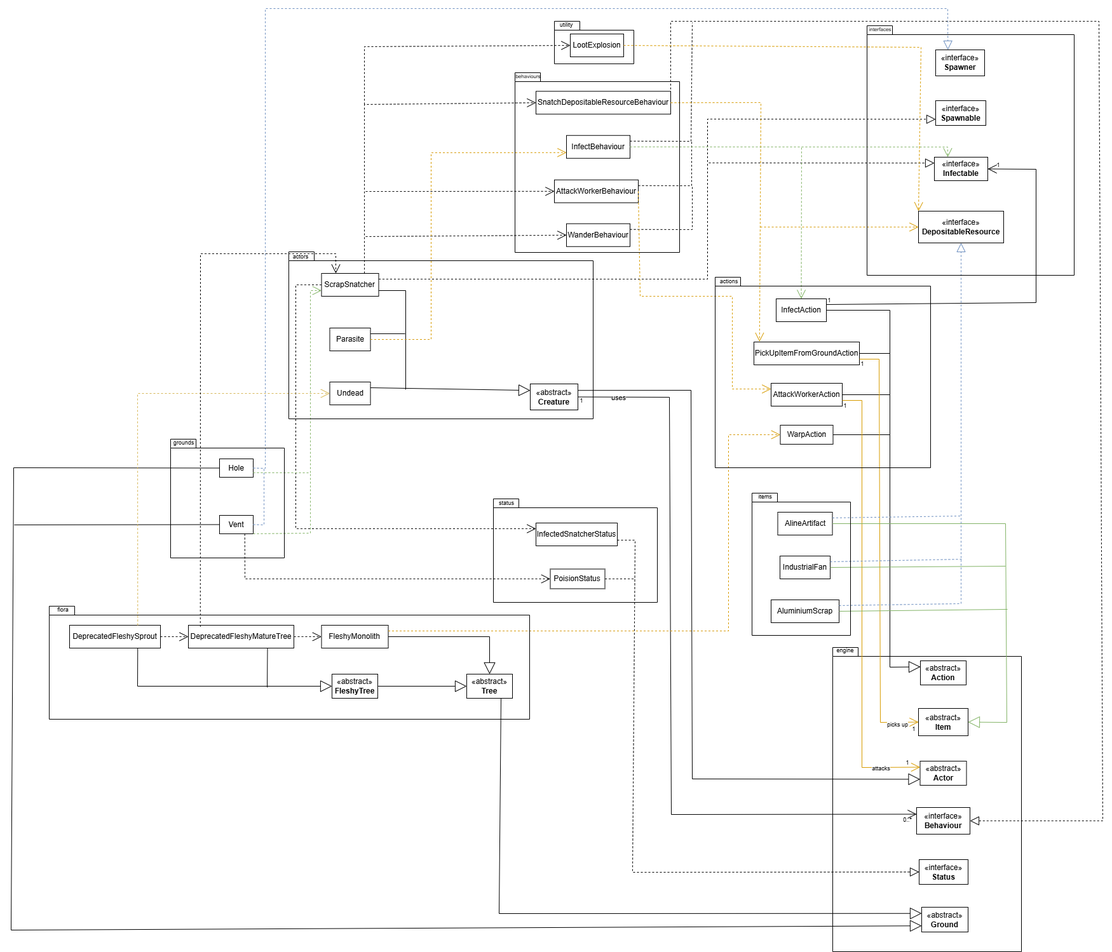
This is docs/design/ass3/REQ2-uml.png from ennn05/Garbage-Collector-Inc., a draw.io export, as it was before one commit. Source tidied: cells renumbered, new cells last; positions are measured from the earlier drawing's top-left corner, leaving out a move shared by most shapes.
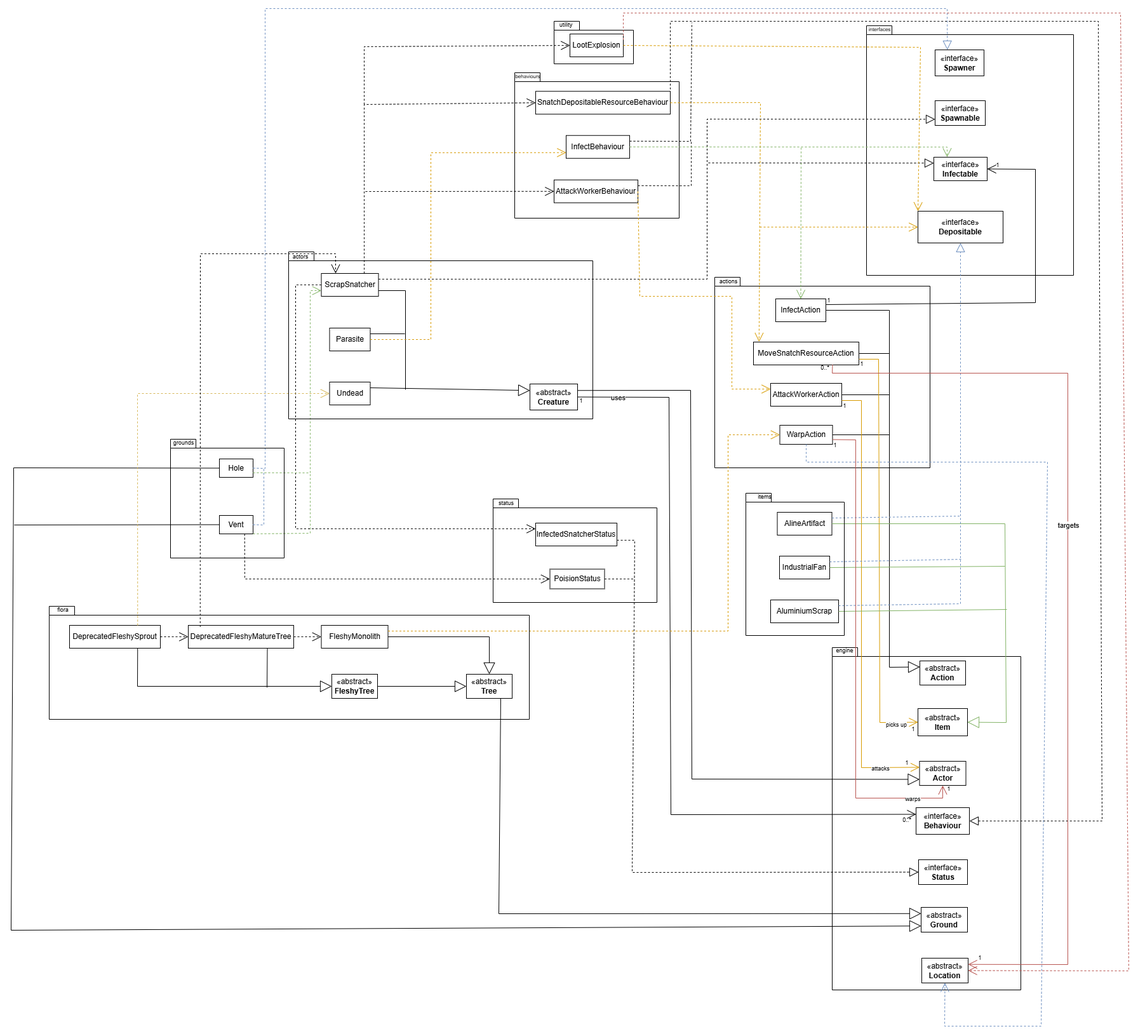
Later version of the same file.

Commit message:
Edit uml for ass3-req2

Change to the diagram source:
```diff
@@ -3,8 +3,20 @@
     <mxCell id="0" />
     <mxCell id="1" parent="0" />
     <mxCell id="2" style="shape=folder;fontStyle=1;spacingTop=10;tabWidth=40;tabHeight=14;tabPosition=left;html=1;whiteSpace=wrap;fillColor=none;" parent="1" vertex="1">
-      <mxGeometry x="1293" y="1006" width="297" height="479" as="geometry" />
+      <mxGeometry x="1293" y="1006" width="297" height="539" as="geometry" />
     </mxCell>
+    <mxCell id="121" style="shape=folder;fontStyle=1;spacingTop=10;tabWidth=40;tabHeight=14;tabPosition=left;html=1;whiteSpace=wrap;fillColor=none;" parent="1" vertex="1">
+      <mxGeometry x="855" y="20" width="125" height="67" as="geometry" />
+    </mxCell>
+    <mxCell id="109" style="shape=folder;fontStyle=1;spacingTop=10;tabWidth=40;tabHeight=14;tabPosition=left;html=1;whiteSpace=wrap;fillColor=none;" parent="1" vertex="1">
+      <mxGeometry x="793" y="101" width="259" height="229" as="geometry" />
+    </mxCell>
+    <mxCell id="111" style="shape=folder;fontStyle=1;spacingTop=10;tabWidth=40;tabHeight=14;tabPosition=left;html=1;whiteSpace=wrap;fillColor=none;" parent="1" vertex="1">
+      <mxGeometry x="1108" y="423" width="339" height="300" as="geometry" />
+    </mxCell>
+    <mxCell id="105" style="shape=folder;fontStyle=1;spacingTop=10;tabWidth=40;tabHeight=14;tabPosition=left;html=1;whiteSpace=wrap;fillColor=none;" parent="1" vertex="1">
+      <mxGeometry x="1347" y="27" width="326" height="393" as="geometry" />
+    </mxCell>
     <mxCell id="3" value="«abstract»&lt;br&gt;&lt;b&gt;Actor&lt;/b&gt;" style="html=1;whiteSpace=wrap;" parent="1" vertex="1">
       <mxGeometry x="1430.5" y="1185" width="73" height="38" as="geometry" />
     </mxCell>
@@ -23,7 +35,7 @@
     <mxCell id="8" value="«interface»&lt;br&gt;&lt;b&gt;Status&lt;/b&gt;" style="html=1;whiteSpace=wrap;" parent="1" vertex="1">
       <mxGeometry x="1429" y="1340" width="77" height="39" as="geometry" />
     </mxCell>
-    <mxCell id="9" value="«interface»&lt;br&gt;&lt;b&gt;DepositableResource&lt;/b&gt;" style="html=1;whiteSpace=wrap;" parent="1" vertex="1">
+    <mxCell id="9" value="«interface»&lt;br&gt;&lt;b&gt;Depositable&lt;/b&gt;" style="html=1;whiteSpace=wrap;" parent="1" vertex="1">
       <mxGeometry x="1428" y="319" width="134" height="50" as="geometry" />
     </mxCell>
     <mxCell id="10" value="«interface»&lt;br&gt;&lt;b&gt;Spawnable&lt;/b&gt;" style="html=1;whiteSpace=wrap;" parent="1" vertex="1">
@@ -47,9 +59,6 @@
     <mxCell id="16" value="ScrapSnatcher" style="html=1;whiteSpace=wrap;" parent="1" vertex="1">
       <mxGeometry x="488.5" y="417" width="90" height="36" as="geometry" />
     </mxCell>
-    <mxCell id="17" value="WanderBehaviour" style="html=1;whiteSpace=wrap;" parent="1" vertex="1">
-      <mxGeometry x="874" y="338.8" width="100" height="36" as="geometry" />
-    </mxCell>
     <mxCell id="18" value="AttackWorkerBehaviour" style="html=1;whiteSpace=wrap;" parent="1" vertex="1">
       <mxGeometry x="855" y="269.8" width="132" height="36" as="geometry" />
     </mxCell>
@@ -59,7 +68,7 @@
     <mxCell id="20" value="SnatchDepositableResourceBehaviour" style="html=1;whiteSpace=wrap;" parent="1" vertex="1">
       <mxGeometry x="826" y="130.2" width="212" height="36" as="geometry" />
     </mxCell>
-    <mxCell id="21" value="PickUpItemFromGroundAction" style="html=1;whiteSpace=wrap;" parent="1" vertex="1">
+    <mxCell id="21" value="MoveSnatchResourceAction" style="html=1;whiteSpace=wrap;" parent="1" vertex="1">
       <mxGeometry x="1169" y="525" width="166" height="36" as="geometry" />
     </mxCell>
     <mxCell id="22" value="AttackWorkerAction" style="html=1;whiteSpace=wrap;" parent="1" vertex="1">
@@ -171,11 +180,6 @@
         </Array>
       </mxGeometry>
     </mxCell>
-    <mxCell id="49" style="endArrow=open;endSize=12;dashed=1;html=1;rounded=0;entryX=0;entryY=0.5;entryDx=0;entryDy=0;" parent="1" edge="1" target="17">
-      <mxGeometry relative="1" as="geometry">
-        <mxPoint x="558" y="359" as="sourcePoint" />
-      </mxGeometry>
-    </mxCell>
     <mxCell id="50" style="endArrow=open;endSize=12;dashed=1;html=1;rounded=0;entryX=0;entryY=0.5;entryDx=0;entryDy=0;" parent="1" edge="1" target="18">
       <mxGeometry relative="1" as="geometry">
         <mxPoint x="558" y="288" as="sourcePoint" />
@@ -222,14 +226,6 @@
         </Array>
       </mxGeometry>
     </mxCell>
-    <mxCell id="56" style="endArrow=none;dashed=1;endFill=0;endSize=12;html=1;rounded=0;exitX=1;exitY=0.25;exitDx=0;exitDy=0;" parent="1" edge="1" source="17">
-      <mxGeometry relative="1" as="geometry">
-        <mxPoint x="1072" y="279" as="targetPoint" />
-        <Array as="points">
-          <mxPoint x="1072" y="348" />
-        </Array>
-      </mxGeometry>
-    </mxCell>
     <mxCell id="57" style="endArrow=open;endSize=12;dashed=1;html=1;rounded=0;exitX=1;exitY=0.5;exitDx=0;exitDy=0;fillColor=#ffe6cc;strokeColor=#d79b00;entryX=0.053;entryY=-0.011;entryDx=0;entryDy=0;entryPerimeter=0;" parent="1" edge="1" source="20" target="21">
       <mxGeometry relative="1" as="geometry">
         <Array as="points">
@@ -511,9 +507,6 @@
     <mxCell id="104" value="&lt;font style=&quot;font-size: 9px;&quot;&gt;engine&lt;/font&gt;" style="text;html=1;whiteSpace=wrap;strokeColor=none;fillColor=none;align=center;verticalAlign=middle;rounded=0;" parent="1" vertex="1">
       <mxGeometry x="1283" y="995" width="60" height="30" as="geometry" />
     </mxCell>
-    <mxCell id="105" style="shape=folder;fontStyle=1;spacingTop=10;tabWidth=40;tabHeight=14;tabPosition=left;html=1;whiteSpace=wrap;fillColor=none;" parent="1" vertex="1">
-      <mxGeometry x="1347" y="27" width="326" height="393" as="geometry" />
-    </mxCell>
     <mxCell id="106" value="&lt;font style=&quot;font-size: 8px;&quot;&gt;interfaces&lt;/font&gt;" style="text;html=1;whiteSpace=wrap;strokeColor=none;fillColor=none;align=center;verticalAlign=middle;rounded=0;" parent="1" vertex="1">
       <mxGeometry x="1338" y="17" width="60" height="30" as="geometry" />
     </mxCell>
@@ -523,15 +516,9 @@
     <mxCell id="108" value="&lt;font style=&quot;font-size: 9px;&quot;&gt;actors&lt;/font&gt;" style="text;html=1;whiteSpace=wrap;strokeColor=none;fillColor=none;align=center;verticalAlign=middle;rounded=0;" parent="1" vertex="1">
       <mxGeometry x="426" y="374.8" width="60" height="30" as="geometry" />
     </mxCell>
-    <mxCell id="109" style="shape=folder;fontStyle=1;spacingTop=10;tabWidth=40;tabHeight=14;tabPosition=left;html=1;whiteSpace=wrap;fillColor=none;" parent="1" vertex="1">
-      <mxGeometry x="793" y="101" width="259" height="283" as="geometry" />
-    </mxCell>
     <mxCell id="110" value="&lt;font style=&quot;font-size: 8px;&quot;&gt;behaviours&lt;/font&gt;" style="text;html=1;whiteSpace=wrap;strokeColor=none;fillColor=none;align=center;verticalAlign=middle;rounded=0;" parent="1" vertex="1">
       <mxGeometry x="784" y="91" width="60" height="30" as="geometry" />
     </mxCell>
-    <mxCell id="111" style="shape=folder;fontStyle=1;spacingTop=10;tabWidth=40;tabHeight=14;tabPosition=left;html=1;whiteSpace=wrap;fillColor=none;" parent="1" vertex="1">
-      <mxGeometry x="1108" y="423" width="339" height="300" as="geometry" />
-    </mxCell>
     <mxCell id="112" value="&lt;font style=&quot;font-size: 9px;&quot;&gt;actions&lt;/font&gt;" style="text;html=1;whiteSpace=wrap;strokeColor=none;fillColor=none;align=center;verticalAlign=middle;rounded=0;" parent="1" vertex="1">
       <mxGeometry x="1100" y="414" width="60" height="30" as="geometry" />
     </mxCell>
@@ -554,16 +541,71 @@
       <mxGeometry x="52" y="931" width="60" height="30" as="geometry" />
     </mxCell>
     <mxCell id="119" style="shape=folder;fontStyle=1;spacingTop=10;tabWidth=40;tabHeight=14;tabPosition=left;html=1;whiteSpace=wrap;fillColor=none;" parent="1" vertex="1">
-      <mxGeometry x="1166" y="763" width="155" height="224" as="geometry" />
+      <mxGeometry x="1157" y="763" width="155" height="224" as="geometry" />
     </mxCell>
     <mxCell id="120" value="&lt;font style=&quot;font-size: 9px;&quot;&gt;items&lt;/font&gt;" style="text;html=1;whiteSpace=wrap;strokeColor=none;fillColor=none;align=center;verticalAlign=middle;rounded=0;" parent="1" vertex="1">
       <mxGeometry x="1157" y="753" width="60" height="30" as="geometry" />
     </mxCell>
-    <mxCell id="121" style="shape=folder;fontStyle=1;spacingTop=10;tabWidth=40;tabHeight=14;tabPosition=left;html=1;whiteSpace=wrap;fillColor=none;" parent="1" vertex="1">
-      <mxGeometry x="855" y="20" width="125" height="67" as="geometry" />
-    </mxCell>
     <mxCell id="122" value="&lt;font style=&quot;font-size: 9px;&quot;&gt;utility&lt;/font&gt;" style="text;html=1;whiteSpace=wrap;strokeColor=none;fillColor=none;align=center;verticalAlign=middle;rounded=0;" parent="1" vertex="1">
       <mxGeometry x="844" y="10" width="60" height="30" as="geometry" />
     </mxCell>
+    <mxCell id="123" style="endArrow=open;endFill=1;endSize=12;html=1;rounded=0;exitX=1;exitY=0.75;exitDx=0;exitDy=0;entryX=0.5;entryY=1;entryDx=0;entryDy=0;fillColor=#f8cecc;strokeColor=#b85450;" parent="1" edge="1" source="24" target="3">
+      <mxGeometry relative="1" as="geometry">
+        <Array as="points">
+          <mxPoint x="1330" y="679" />
+          <mxPoint x="1330" y="1243" />
+          <mxPoint x="1467" y="1243" />
+        </Array>
+      </mxGeometry>
+    </mxCell>
+    <mxCell id="124" value="&lt;font style=&quot;font-size: 9px;&quot;&gt;warps&lt;/font&gt;" style="edgeLabel;html=1;align=center;verticalAlign=middle;" parent="123" vertex="1">
+      <mxGeometry x="0.82" relative="1" as="geometry" />
+    </mxCell>
+    <mxCell id="125" value="&lt;font style=&quot;font-size: 9px;&quot;&gt;1&lt;/font&gt;" style="text;html=1;whiteSpace=wrap;strokeColor=none;fillColor=none;align=center;verticalAlign=middle;rounded=0;" parent="1" vertex="1">
+      <mxGeometry x="1268" y="672" width="60" height="30" as="geometry" />
+    </mxCell>
+    <mxCell id="126" value="&lt;font style=&quot;font-size: 9px;&quot;&gt;1&lt;/font&gt;" style="text;html=1;whiteSpace=wrap;strokeColor=none;fillColor=none;align=center;verticalAlign=middle;rounded=0;" parent="1" vertex="1">
+      <mxGeometry x="1447" y="1213" width="60" height="30" as="geometry" />
+    </mxCell>
+    <mxCell id="127" value="«abstract»&lt;br&gt;&lt;b&gt;Location&lt;/b&gt;" style="html=1;whiteSpace=wrap;" parent="1" vertex="1">
+      <mxGeometry x="1434" y="1495" width="73" height="39" as="geometry" />
+    </mxCell>
+    <mxCell id="128" style="endArrow=open;endSize=12;dashed=1;html=1;rounded=0;exitX=1;exitY=0.25;exitDx=0;exitDy=0;entryX=1;entryY=0.5;entryDx=0;entryDy=0;fillColor=#f8cecc;strokeColor=#b85450;" parent="1" edge="1" source="37" target="127">
+      <mxGeometry relative="1" as="geometry">
+        <Array as="points">
+          <mxPoint x="964" y="7" />
+          <mxPoint x="1747" y="7" />
+          <mxPoint x="1760" y="1515" />
+        </Array>
+      </mxGeometry>
+    </mxCell>
+    <mxCell id="129" style="endArrow=open;endFill=1;endSize=12;html=1;rounded=0;exitX=0.75;exitY=1;exitDx=0;exitDy=0;entryX=1;entryY=0.25;entryDx=0;entryDy=0;fillColor=#f8cecc;strokeColor=#b85450;" parent="1" edge="1" source="21" target="127">
+      <mxGeometry relative="1" as="geometry">
+        <Array as="points">
+          <mxPoint x="1293" y="574" />
+          <mxPoint x="1664" y="574" />
+          <mxPoint x="1664" y="1505" />
+        </Array>
+      </mxGeometry>
+    </mxCell>
+    <mxCell id="130" value="targets" style="edgeLabel;html=1;align=center;verticalAlign=middle;" parent="129" vertex="1">
+      <mxGeometry x="-0.15" relative="1" as="geometry" />
+    </mxCell>
+    <mxCell id="131" value="&lt;font style=&quot;font-size: 9px;&quot;&gt;0..*&lt;/font&gt;" style="text;html=1;whiteSpace=wrap;strokeColor=none;fillColor=none;align=center;verticalAlign=middle;rounded=0;" parent="1" vertex="1">
+      <mxGeometry x="1252" y="550" width="60" height="30" as="geometry" />
+    </mxCell>
+    <mxCell id="132" value="&lt;font style=&quot;font-size: 9px;&quot;&gt;1&lt;/font&gt;" style="text;html=1;whiteSpace=wrap;strokeColor=none;fillColor=none;align=center;verticalAlign=middle;rounded=0;" parent="1" vertex="1">
+      <mxGeometry x="1496" y="1479" width="60" height="30" as="geometry" />
+    </mxCell>
+    <mxCell id="133" style="endArrow=open;endSize=12;dashed=1;html=1;rounded=0;exitX=0.5;exitY=1;exitDx=0;exitDy=0;fillColor=#dae8fc;strokeColor=#6c8ebf;entryX=0.5;entryY=1;entryDx=0;entryDy=0;" parent="1" edge="1" source="24" target="127">
+      <mxGeometry relative="1" as="geometry">
+        <Array as="points">
+          <mxPoint x="1252" y="714" />
+          <mxPoint x="1632" y="714" />
+          <mxPoint x="1622" y="1602" />
+          <mxPoint x="1470" y="1602" />
+        </Array>
+      </mxGeometry>
+    </mxCell>
   </root>
 </mxGraphModel>
```
